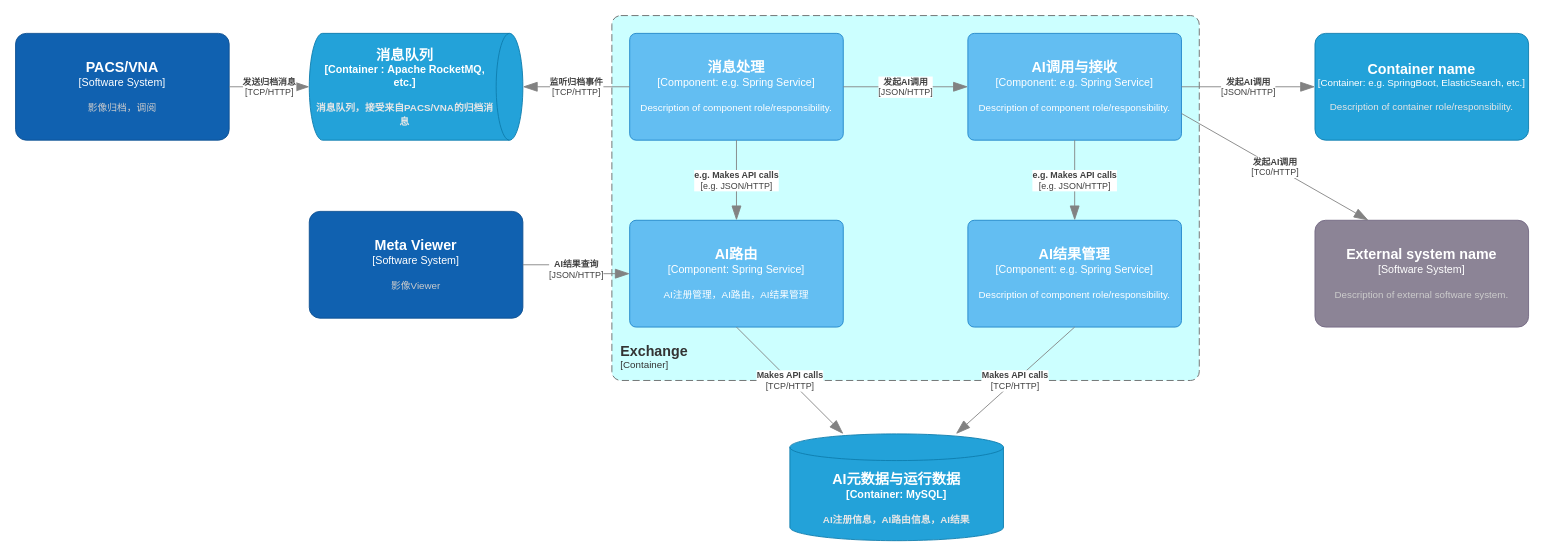
Before: uih/中山AI应用-C4-L2.drawio in xzs603/draw.io, a draw.io diagram. Source tidied: cells renumbered, new cells numbered last; positions are measured from the earlier drawing's top-left corner, leaving out a move shared by most shapes. Both pictures are drawn from the tidied source at 89%, with x=0, y=0 at pixel (15, 15).
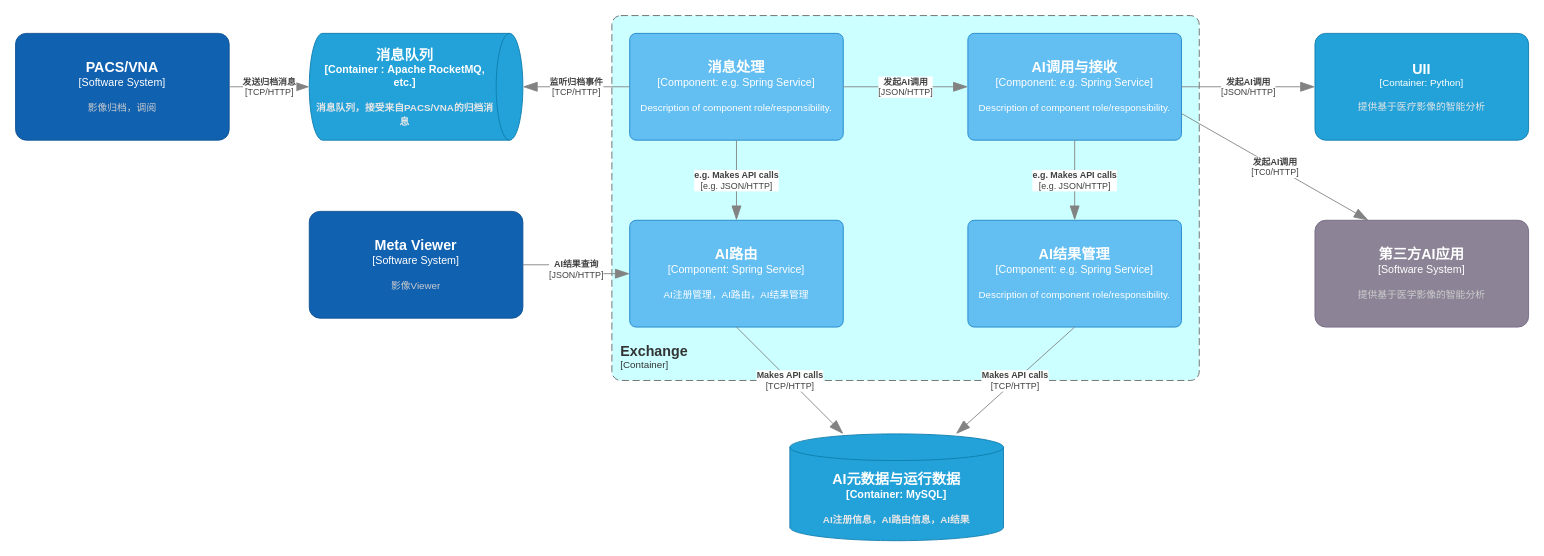
Above is the later version.

Change to the diagram source:
```diff
@@
-    <object id="6" label="&lt;font style=&quot;font-size: 16px&quot;&gt;&lt;b&gt;%c4Name%&lt;/b&gt;&lt;/font&gt;&lt;div&gt;[%c4Type%: %c4Technology%]&lt;/div&gt;&lt;br&gt;&lt;div&gt;&lt;font style=&quot;font-size: 11px&quot;&gt;&lt;font color=&quot;#E6E6E6&quot;&gt;%c4Description%&lt;/font&gt;&lt;/div&gt;" c4Description="Description of container role/responsibility." c4Name="Container name" c4Technology="e.g. SpringBoot, ElasticSearch, etc." c4Type="Container" placeholders="1">
+    <object id="6" label="&lt;font style=&quot;font-size: 16px&quot;&gt;&lt;b&gt;%c4Name%&lt;/b&gt;&lt;/font&gt;&lt;div&gt;[%c4Type%: %c4Technology%]&lt;/div&gt;&lt;br&gt;&lt;div&gt;&lt;font style=&quot;font-size: 11px&quot;&gt;&lt;font color=&quot;#E6E6E6&quot;&gt;%c4Description%&lt;/font&gt;&lt;/div&gt;" c4Description="提供基于医疗影像的智能分析" c4Name="UII" c4Technology="Python" c4Type="Container" placeholders="1">
       <mxCell style="rounded=1;whiteSpace=wrap;html=1;fontSize=11;labelBackgroundColor=none;fillColor=#23A2D9;fontColor=#ffffff;align=center;arcSize=10;strokeColor=#0E7DAD;" parent="1" vertex="1">
         <mxGeometry x="1460" y="20" width="240" height="120" as="geometry" />
       </mxCell>
     </object>
-    <object id="7" label="&lt;font style=&quot;font-size: 16px&quot;&gt;&lt;b&gt;%c4Name%&lt;/b&gt;&lt;/font&gt;&lt;div&gt;[%c4Type%]&lt;/div&gt;&lt;br&gt;&lt;div&gt;&lt;font style=&quot;font-size: 11px&quot;&gt;&lt;font color=&quot;#cccccc&quot;&gt;%c4Description%&lt;/font&gt;&lt;/div&gt;" c4Description="Description of external software system." c4Name="External system name" c4Type="Software System" placeholders="1">
+    <object id="7" label="&lt;font style=&quot;font-size: 16px&quot;&gt;&lt;b&gt;%c4Name%&lt;/b&gt;&lt;/font&gt;&lt;div&gt;[%c4Type%]&lt;/div&gt;&lt;br&gt;&lt;div&gt;&lt;font style=&quot;font-size: 11px&quot;&gt;&lt;font color=&quot;#cccccc&quot;&gt;%c4Description%&lt;/font&gt;&lt;/div&gt;" c4Description="提供基于医学影像的智能分析" c4Name="第三方AI应用" c4Type="Software System" placeholders="1">
       <mxCell style="rounded=1;whiteSpace=wrap;html=1;labelBackgroundColor=none;fillColor=#8C8496;fontColor=#ffffff;align=center;arcSize=10;strokeColor=#736782;points=[[0.25,0,0],[0.5,0,0],[0.75,0,0],[1,0.25,0],[1,0.5,0],[1,0.75,0],[0.75,1,0],[0.5,1,0],[0.25,1,0],[0,0.75,0],[0,0.5,0],[0,0.25,0]];" parent="1" vertex="1">
         <mxGeometry x="1460" y="230" width="240" height="120" as="geometry" />
       </mxCell>
     </object>
```
